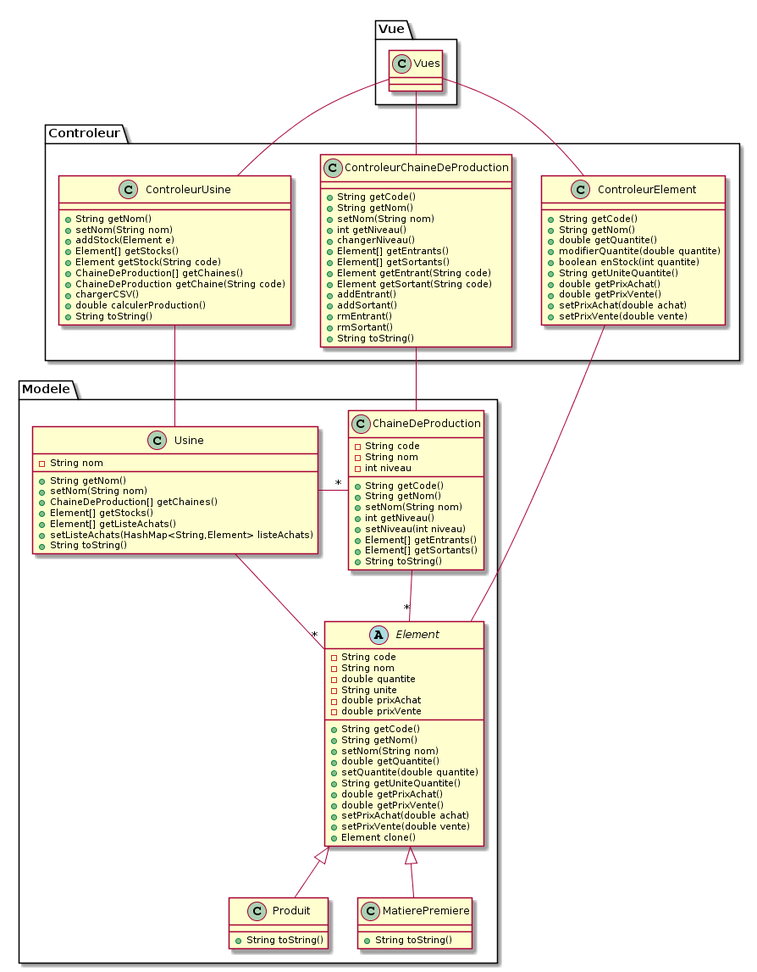
TovarichMFS/leprojet keeps this PlantUML diagram as uml.png. Above is the earlier version.
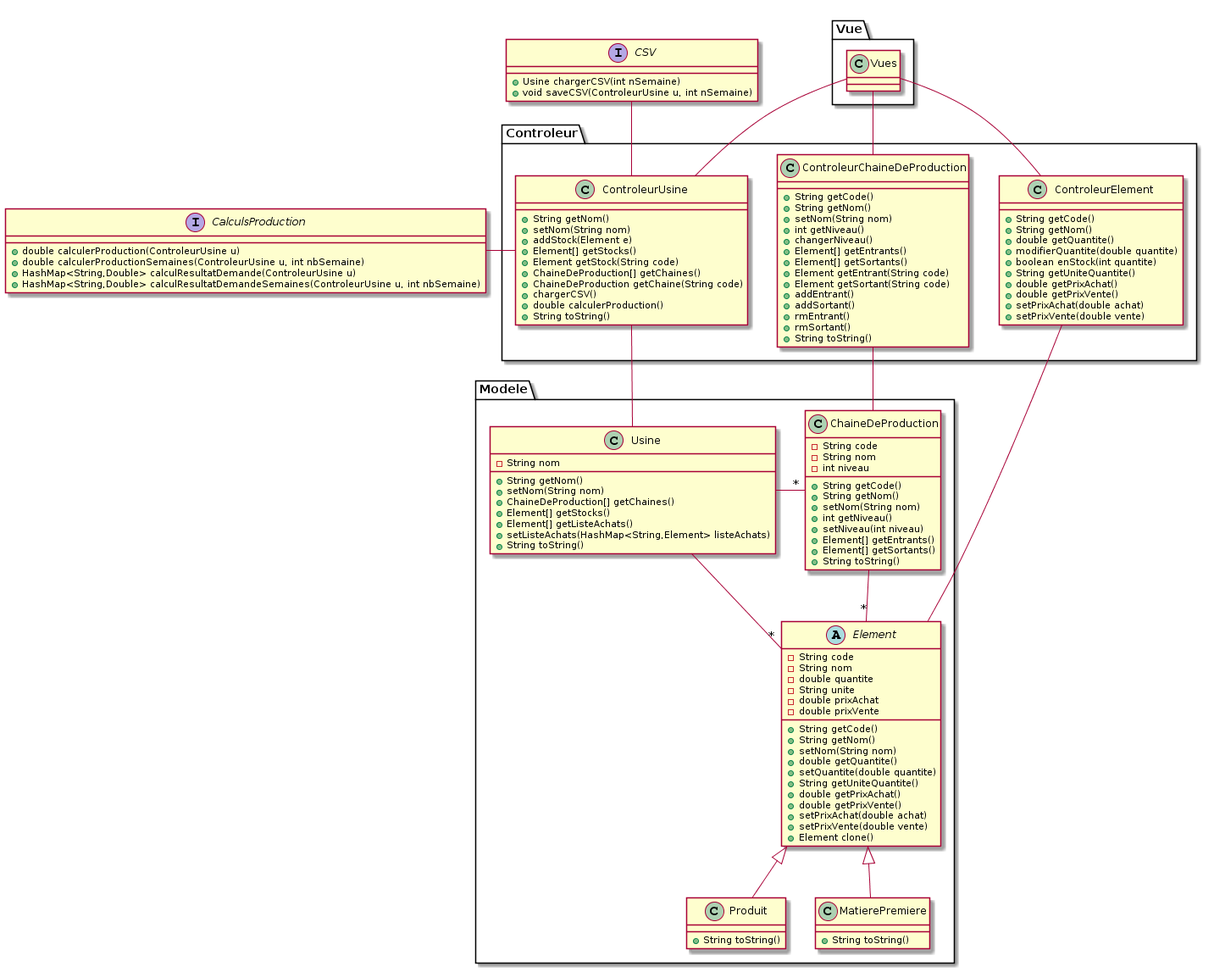
After the change.

Commit message:
maj uml

What changed in the source:
```diff
@@ -98,6 +98,18 @@
 
 }
 
+interface CalculsProduction{
++double calculerProduction(ControleurUsine u)
++double calculerProductionSemaines(ControleurUsine u, int nbSemaine)
++HashMap<String,Double> calculResultatDemande(ControleurUsine u)
++HashMap<String,Double> calculResultatDemandeSemaines(ControleurUsine u, int nbSemaine)
+}
+
+interface CSV{
++Usine chargerCSV(int nSemaine)
++void saveCSV(ControleurUsine u, int nSemaine)
+}
+
 package Vue {
 
 class Vues {
@@ -109,7 +121,9 @@
 Vues -down- ControleurElement
 Vues -down- ControleurChaineDeProduction
 Vues -down- ControleurUsine
+CSV -down- ControleurUsine
 Element -up- ControleurElement
+CalculsProduction -right- ControleurUsine
 ChaineDeProduction -up- ControleurChaineDeProduction
 Usine -up- ControleurUsine
 Usine -right- "*" ChaineDeProduction
```
